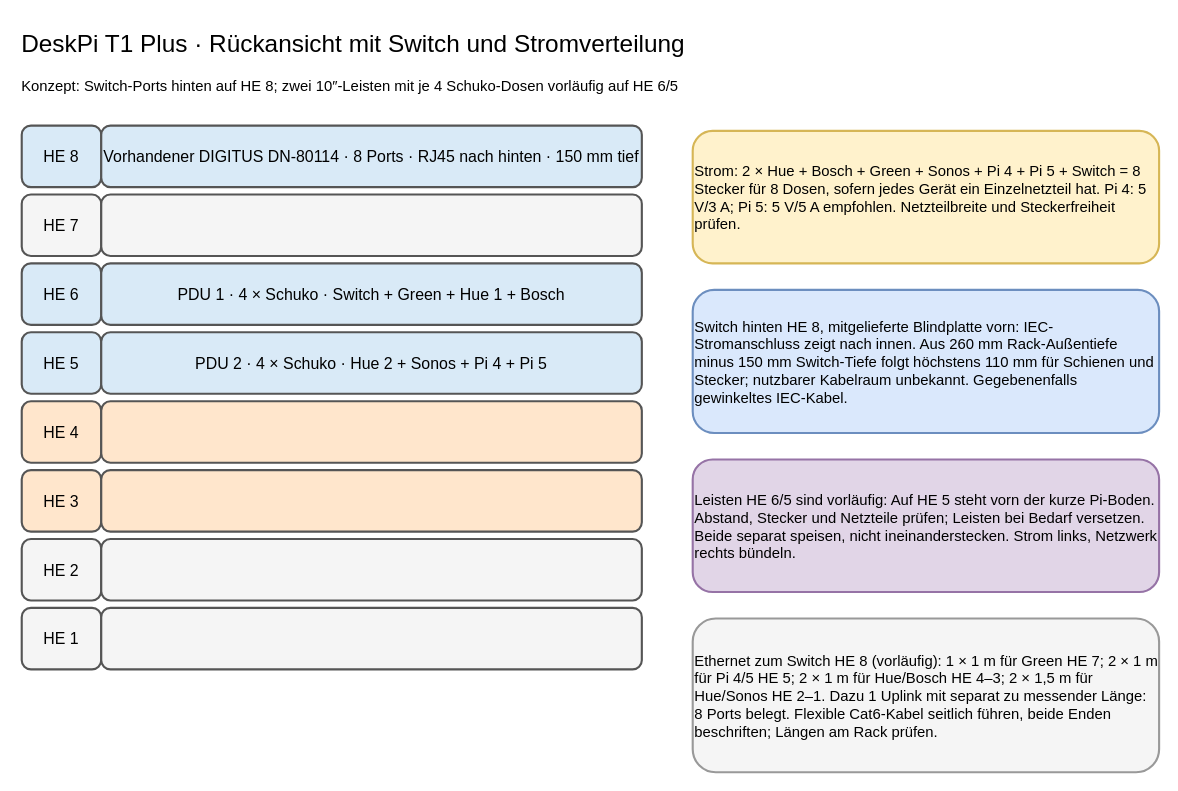
Above: page "DeskPi 8 HE – Rückseite" (3 of 4) of 10-zoll-rack-planung.drawio in tiptronic/diagrams (draw.io), before the change. Source tidied: cells renumbered, new cells numbered last; positions are measured from the earlier drawing's top-left corner, leaving out a move shared by most shapes. Both pictures are drawn from the tidied source at 106%, with x=0, y=0 at pixel (19, 19).
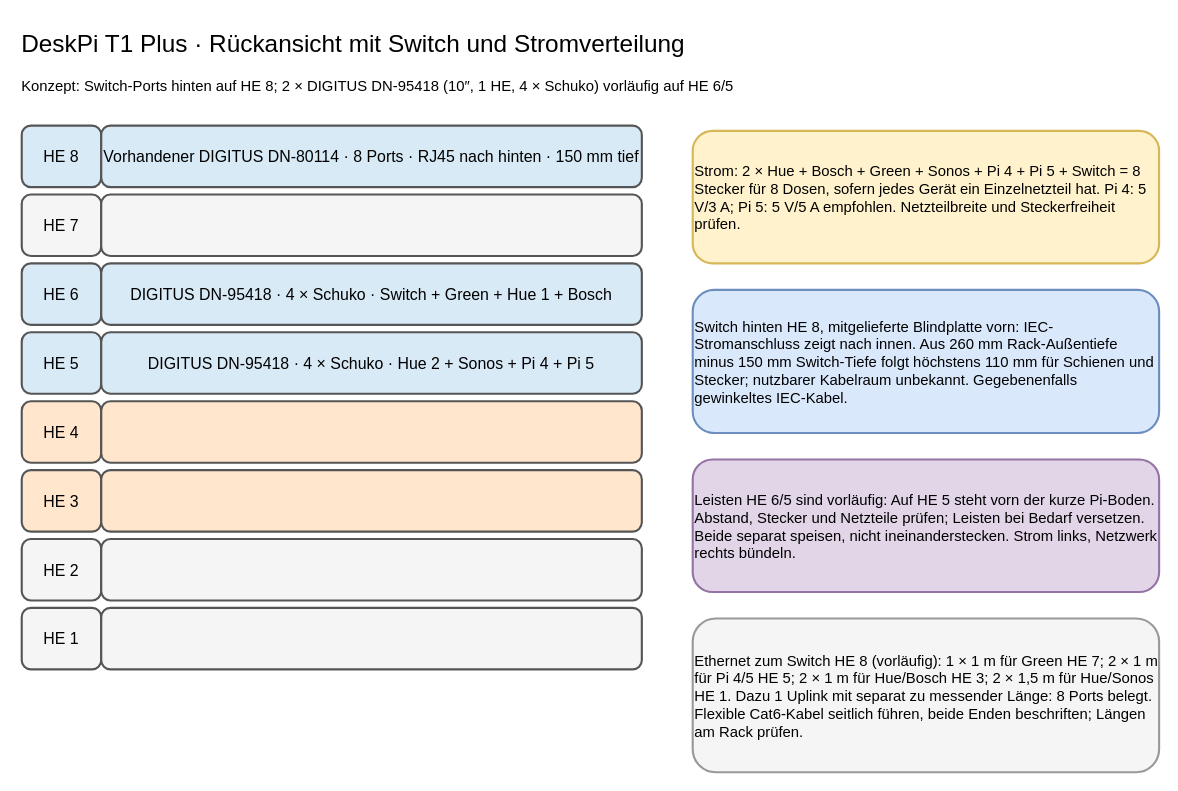
After the change.

Commit message (it also covers changes not shown here):
Correct smart-home rack shelf heights

What changed in the source:
```diff
@@
-    <mxCell id="3" value="Konzept: Switch-Ports hinten auf HE 8; zwei 10″-Leisten mit je 4 Schuko-Dosen vorläufig auf HE 6/5" style="rounded=1;whiteSpace=wrap;html=1;align=left;verticalAlign=middle;strokeWidth=2;fontSize=14;fillColor=#ffffff;strokeColor=#ffffff;" parent="1" vertex="1">
+    <mxCell id="3" value="Konzept: Switch-Ports hinten auf HE 8; 2 × DIGITUS DN-95418 (10″, 1 HE, 4 × Schuko) vorläufig auf HE 6/5" style="rounded=1;whiteSpace=wrap;html=1;align=left;verticalAlign=middle;strokeWidth=2;fontSize=14;fillColor=#ffffff;strokeColor=#ffffff;" parent="1" vertex="1">
       <mxGeometry y="48" width="1000" height="30" as="geometry" />
     </mxCell>
@@
-    <mxCell id="9" value="PDU 1 · 4 × Schuko · Switch + Green + Hue 1 + Bosch" style="rounded=1;whiteSpace=wrap;html=1;align=center;verticalAlign=middle;strokeWidth=2;fontSize=15;fillColor=#d9eaf7;strokeColor=#555555;" parent="1" vertex="1">
+    <mxCell id="9" value="DIGITUS DN-95418 · 4 × Schuko · Switch + Green + Hue 1 + Bosch" style="rounded=1;whiteSpace=wrap;html=1;align=center;verticalAlign=middle;strokeWidth=2;fontSize=15;fillColor=#d9eaf7;strokeColor=#555555;" parent="1" vertex="1">
       <mxGeometry x="77" y="230" width="510" height="58" as="geometry" />
     </mxCell>
@@
-    <mxCell id="11" value="PDU 2 · 4 × Schuko · Hue 2 + Sonos + Pi 4 + Pi 5" style="rounded=1;whiteSpace=wrap;html=1;align=center;verticalAlign=middle;strokeWidth=2;fontSize=15;fillColor=#d9eaf7;strokeColor=#555555;" parent="1" vertex="1">
+    <mxCell id="11" value="DIGITUS DN-95418 · 4 × Schuko · Hue 2 + Sonos + Pi 4 + Pi 5" style="rounded=1;whiteSpace=wrap;html=1;align=center;verticalAlign=middle;strokeWidth=2;fontSize=15;fillColor=#d9eaf7;strokeColor=#555555;" parent="1" vertex="1">
       <mxGeometry x="77" y="295" width="510" height="58" as="geometry" />
     </mxCell>
@@
-    <mxCell id="23" value="Ethernet zum Switch HE 8 (vorläufig): 1 × 1 m für Green HE 7; 2 × 1 m für Pi 4/5 HE 5; 2 × 1 m für Hue/Bosch HE 4–3; 2 × 1,5 m für Hue/Sonos HE 2–1. Dazu 1 Uplink mit separat zu messender Länge: 8 Ports belegt. Flexible Cat6-Kabel seitlich führen, beide Enden beschriften; Längen am Rack prüfen." style="rounded=1;whiteSpace=wrap;html=1;align=left;verticalAlign=middle;strokeWidth=2;fontSize=14;fillColor=#f5f5f5;strokeColor=#999999;" parent="1" vertex="1">
+    <mxCell id="23" value="Ethernet zum Switch HE 8 (vorläufig): 1 × 1 m für Green HE 7; 2 × 1 m für Pi 4/5 HE 5; 2 × 1 m für Hue/Bosch HE 3; 2 × 1,5 m für Hue/Sonos HE 1. Dazu 1 Uplink mit separat zu messender Länge: 8 Ports belegt. Flexible Cat6-Kabel seitlich führen, beide Enden beschriften; Längen am Rack prüfen." style="rounded=1;whiteSpace=wrap;html=1;align=left;verticalAlign=middle;strokeWidth=2;fontSize=14;fillColor=#f5f5f5;strokeColor=#999999;" parent="1" vertex="1">
       <mxGeometry x="635" y="565" width="440" height="145" as="geometry" />
     </mxCell>
```
